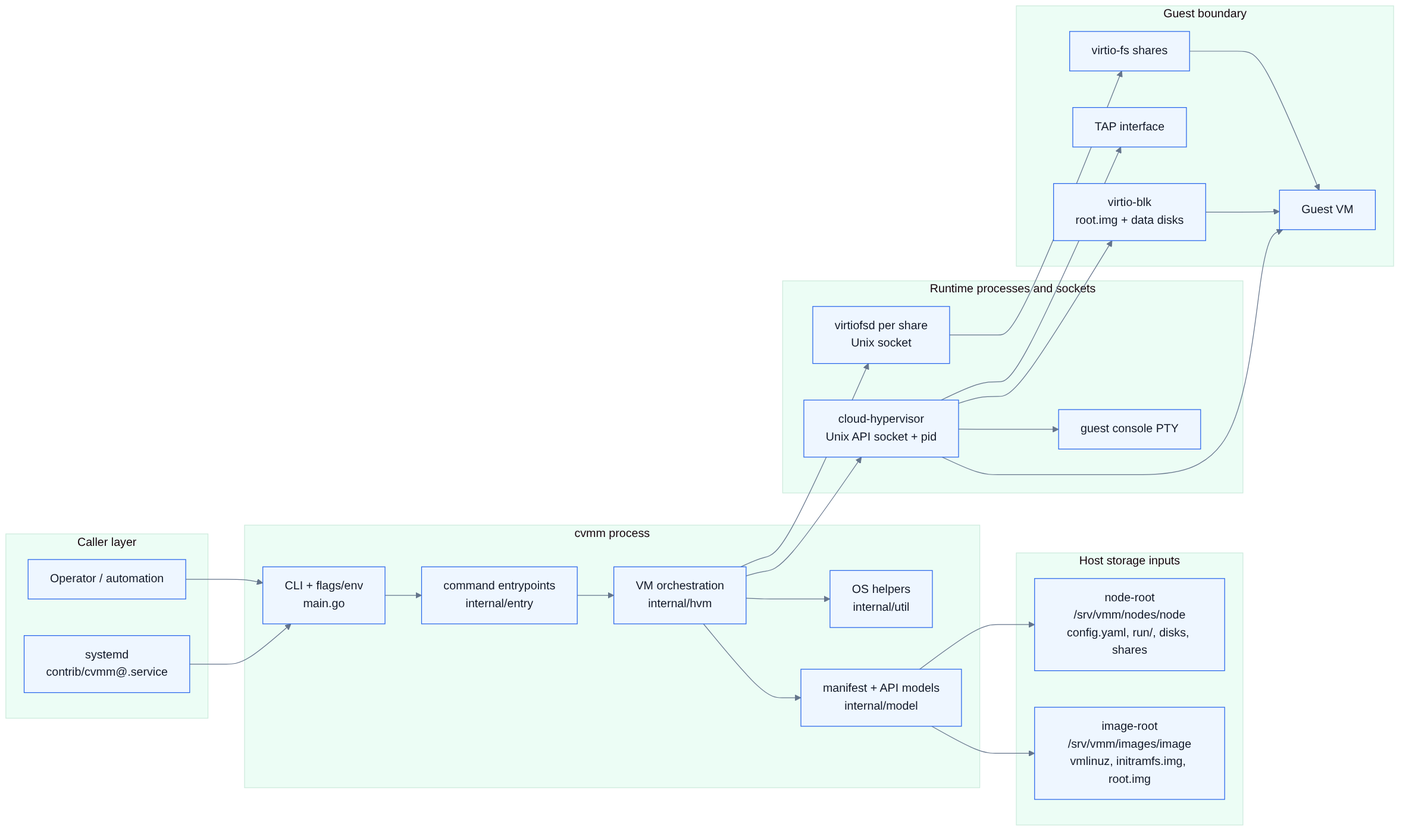
The Mermaid diagram docs/diagrams/system-context.png in spi-ca/cvmm, before a commit. Its source is kept beside it as docs/diagrams/system-context.mmd.
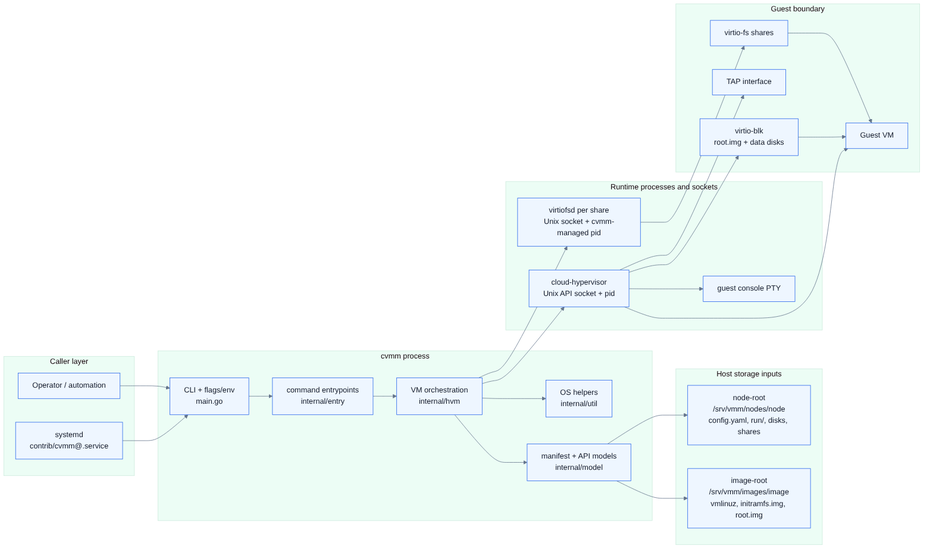
Later version of the same file.

What changed in the source:
```diff
@@ -19,7 +19,7 @@
 
     subgraph runtime["Runtime processes and sockets"]
         ch["cloud-hypervisor\nUnix API socket + pid"]
-        vfs["virtiofsd per share\nUnix socket"]
+        vfs["virtiofsd per share\nUnix socket + cvmm-managed pid"]
         pty["guest console PTY"]
     end
 
```
